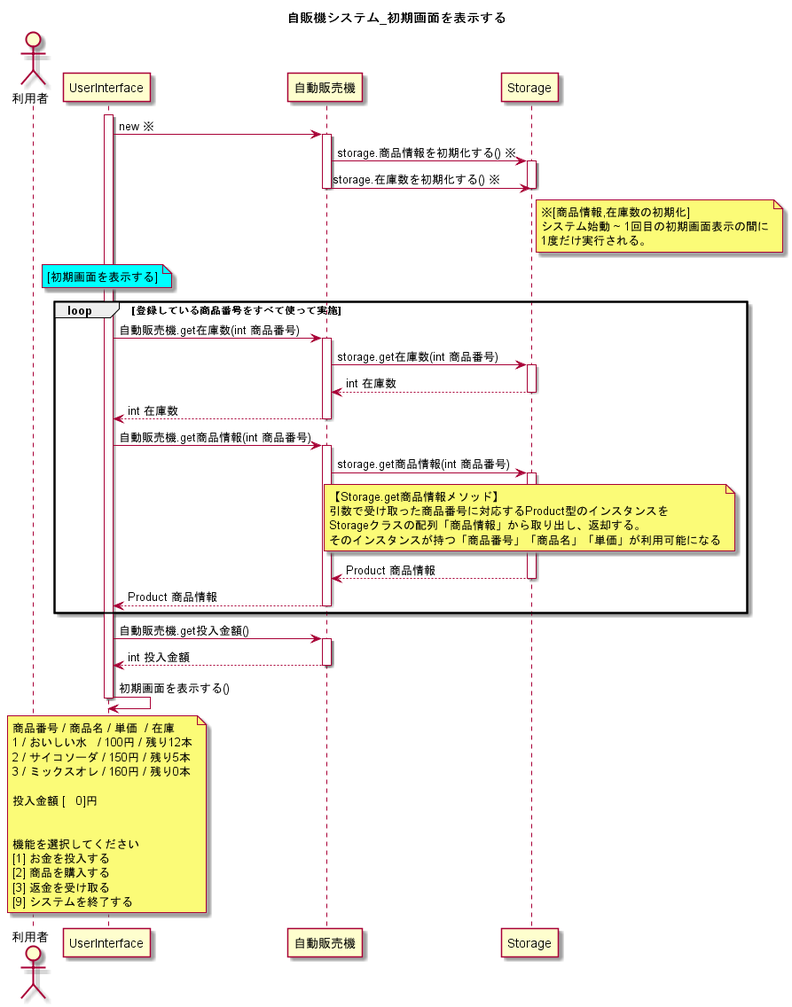
Before: UML_class_sequence/自販機システム_初期画面を表示する.png, a diagram exported from PlantUML (W-Nakayama-24/VendingMachine_CUI).
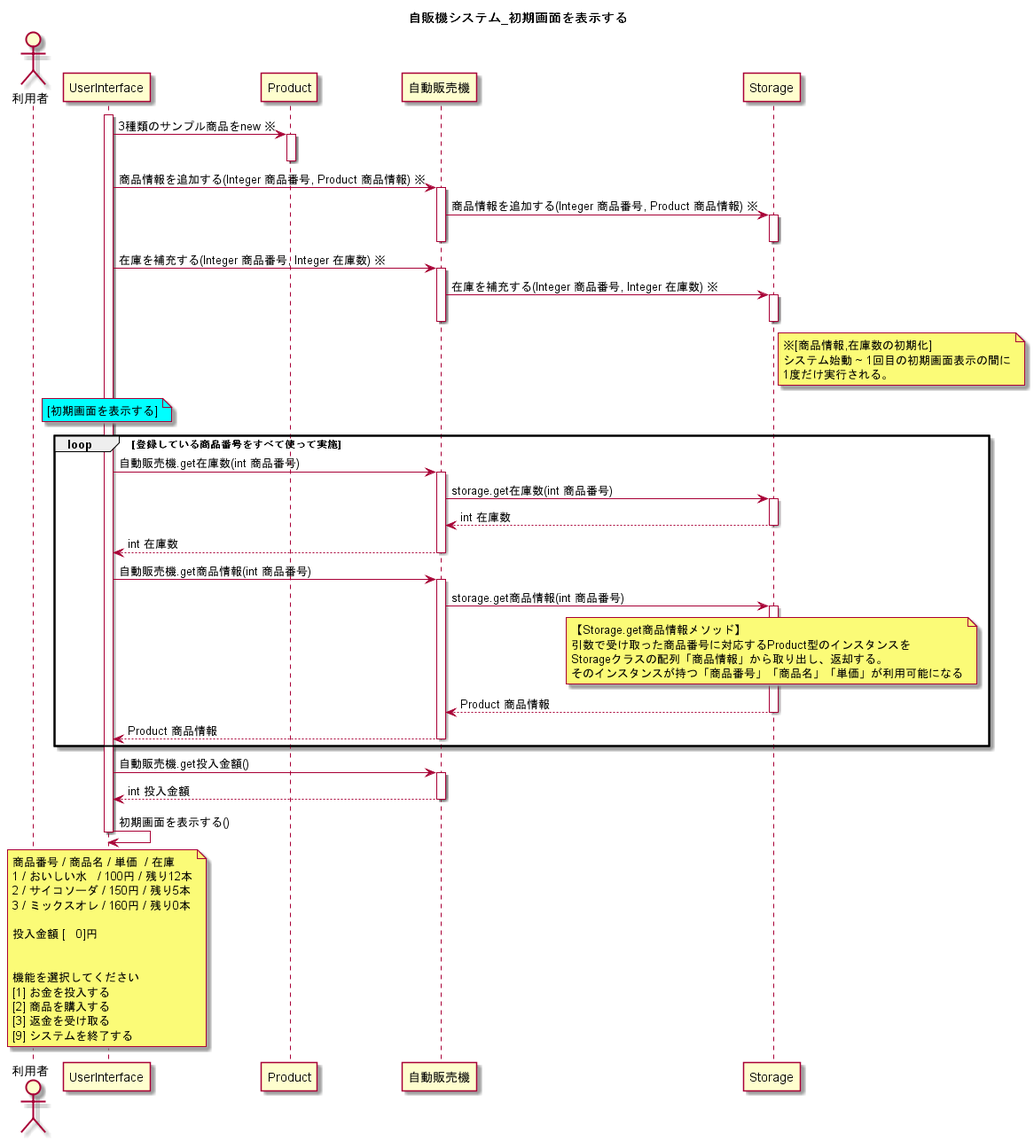
Later version of the same file.

Diff of the diagram source:
```diff
@@ -3,11 +3,20 @@
 
 actor 利用者
 activate UserInterface
-UserInterface -> 自動販売機 : new ※
+UserInterface -> Product : 3種類のサンプル商品をnew ※
+activate Product
+deactivate Product
+UserInterface -> 自動販売機 : 商品情報を追加する(Integer 商品番号, Product 商品情報) ※
 activate 自動販売機
-自動販売機 -> Storage : storage.商品情報を初期化する() ※
+自動販売機 -> Storage : 商品情報を追加する(Integer 商品番号, Product 商品情報) ※
 activate Storage
-自動販売機 -> Storage : storage.在庫数を初期化する() ※
+deactivate Storage
+deactivate 自動販売機
+
+UserInterface -> 自動販売機 : 在庫を補充する(Integer 商品番号, Integer 在庫数) ※
+activate 自動販売機
+自動販売機 -> Storage : 在庫を補充する(Integer 商品番号, Integer 在庫数) ※
+activate Storage
 deactivate Storage
 deactivate 自動販売機
 
```
